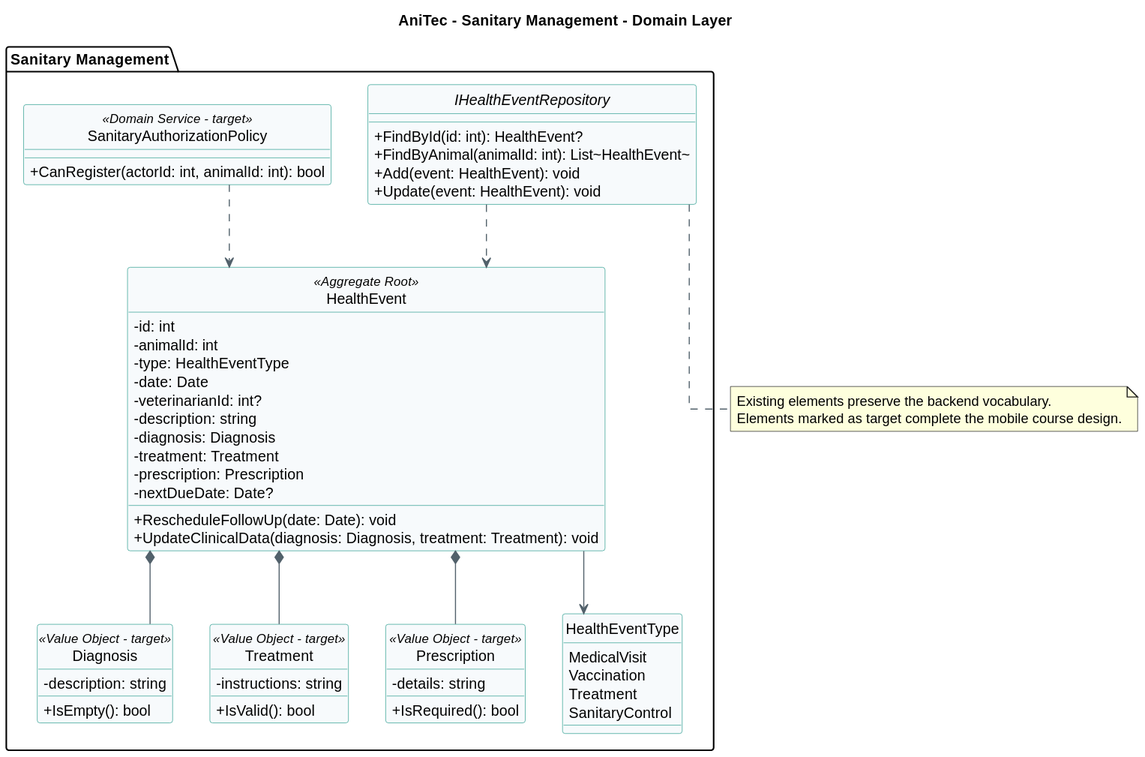
Earlier version of the PlantUML export markdown/assets/codefordiagrams/2-6-4-Bounded-Context-Sanitary-Management/2-6-4-domain-layer-class-diagram.svg (ADM-1ACC0238-2620-13975-Grupo01/Informe). The source it was exported from:
```plantuml
@startuml
title AniTec - Sanitary Management - Domain Layer
hide circle
skinparam classAttributeIconSize 0
skinparam shadowing false
skinparam linetype ortho
skinparam class {
  BackgroundColor #F7FAFC
  BorderColor #2A9D8F
  ArrowColor #52616B
}

package "Sanitary Management" {
class HealthEvent <<Aggregate Root>> {
  -id: int
  -animalId: int
  -type: HealthEventType
  -date: Date
  -veterinarianId: int?
  -description: string
  -diagnosis: Diagnosis
  -treatment: Treatment
  -prescription: Prescription
  -nextDueDate: Date?
  +RescheduleFollowUp(date: Date): void
  +UpdateClinicalData(diagnosis: Diagnosis, treatment: Treatment): void
}
class Diagnosis <<Value Object - target>> {
  -description: string
  +IsEmpty(): bool
}
class Treatment <<Value Object - target>> {
  -instructions: string
  +IsValid(): bool
}
class Prescription <<Value Object - target>> {
  -details: string
  +IsRequired(): bool
}
enum HealthEventType {
  MedicalVisit
  Vaccination
  Treatment
  SanitaryControl
}
class SanitaryAuthorizationPolicy <<Domain Service - target>> {
  +CanRegister(actorId: int, animalId: int): bool
}
interface IHealthEventRepository {
  +FindById(id: int): HealthEvent?
  +FindByAnimal(animalId: int): List~HealthEvent~
  +Add(event: HealthEvent): void
  +Update(event: HealthEvent): void
}
HealthEvent *-- Diagnosis
HealthEvent *-- Treatment
HealthEvent *-- Prescription
HealthEvent --> HealthEventType
SanitaryAuthorizationPolicy ..> HealthEvent
IHealthEventRepository ..> HealthEvent
}

note bottom
  Existing elements preserve the backend vocabulary.
  Elements marked as target complete the mobile course design.
end note
@enduml
```
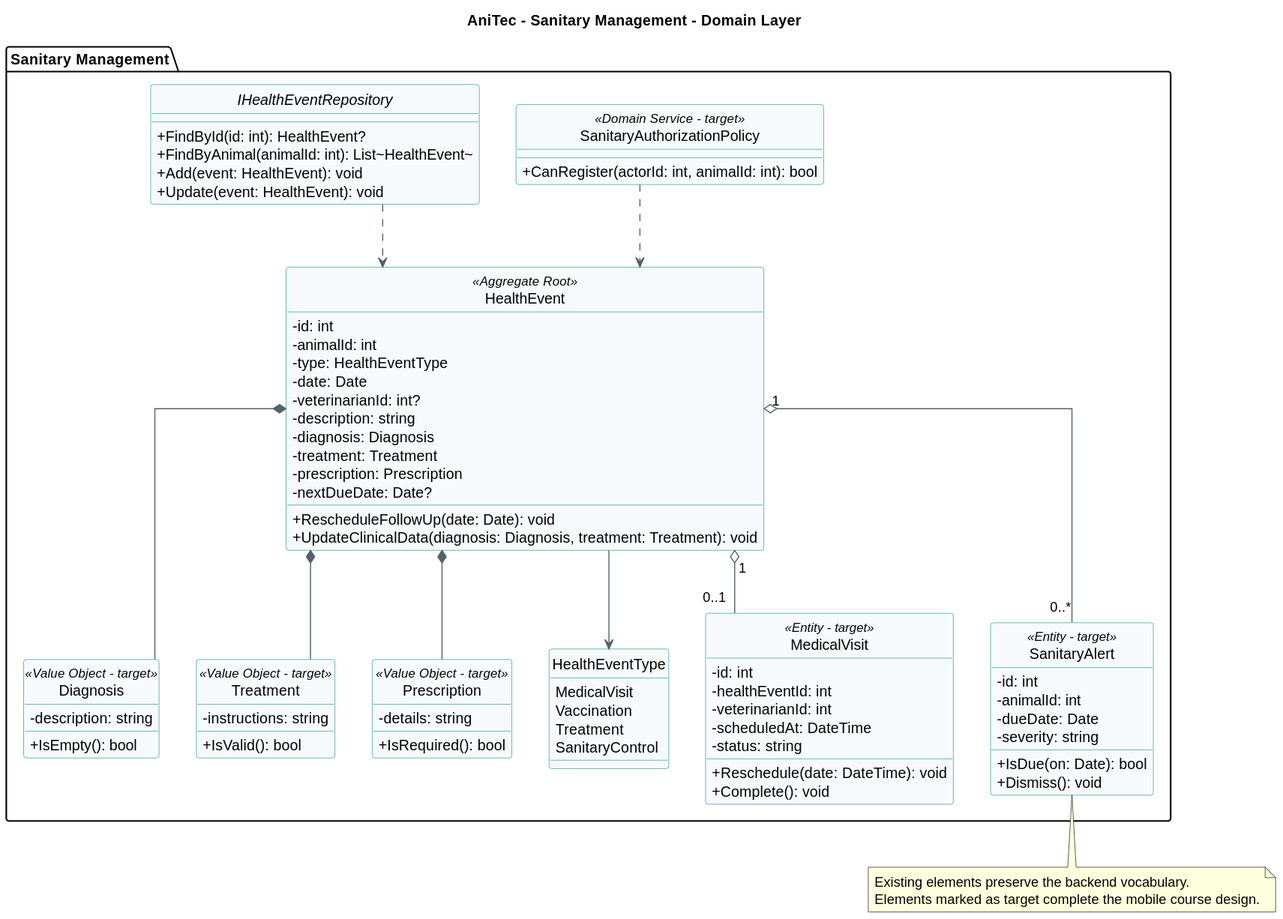
The same diagram one commit later.

What changed in the source:
```diff
@@ -58,6 +58,25 @@
 HealthEvent --> HealthEventType
 SanitaryAuthorizationPolicy ..> HealthEvent
 IHealthEventRepository ..> HealthEvent
+class MedicalVisit <<Entity - target>> {
+  -id: int
+  -healthEventId: int
+  -veterinarianId: int
+  -scheduledAt: DateTime
+  -status: string
+  +Reschedule(date: DateTime): void
+  +Complete(): void
+}
+class SanitaryAlert <<Entity - target>> {
+  -id: int
+  -animalId: int
+  -dueDate: Date
+  -severity: string
+  +IsDue(on: Date): bool
+  +Dismiss(): void
+}
+HealthEvent "1" o-- "0..1" MedicalVisit
+HealthEvent "1" o-- "0..*" SanitaryAlert
 }
 
 note bottom
```
